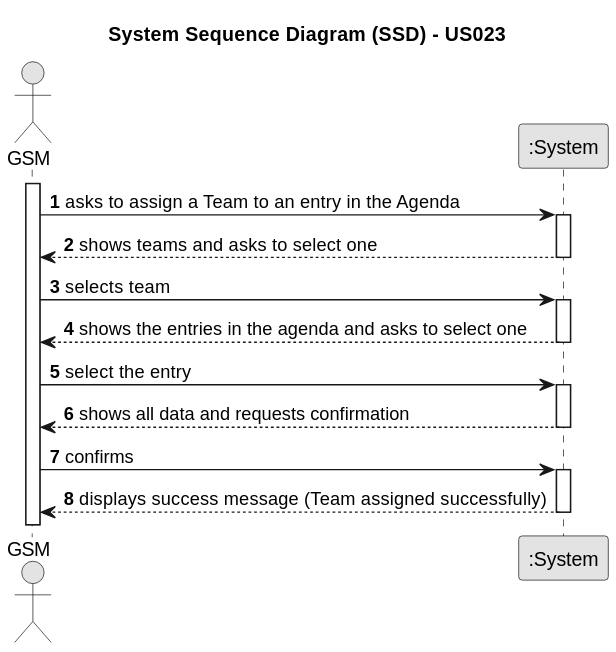
ricardomm7/leaflink keeps this PlantUML diagram as docs/sprintC/us023/01.requirements-engineering/svg/us023-system-sequence-diagram-alternative-one.svg. Above is the earlier version.
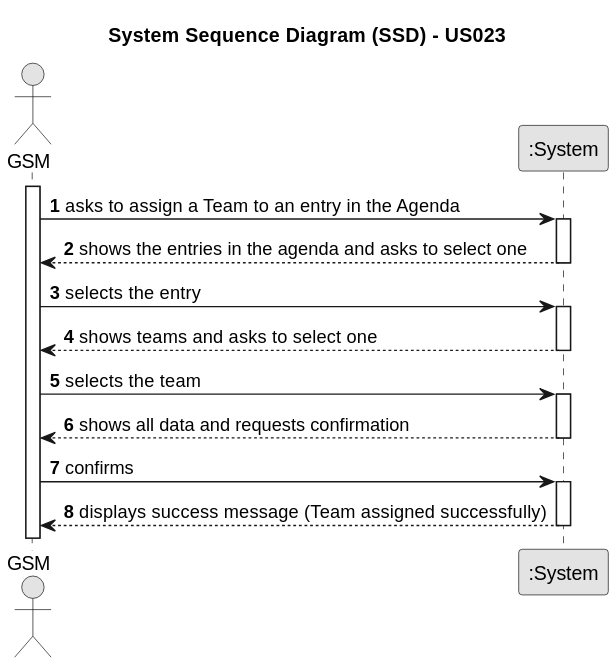
The same file after the commit.

Diff of the diagram source:
```diff
@@ -15,17 +15,18 @@
     GSM -> System : asks to assign a Team to an entry in the Agenda
     activate System
 
+        System --> GSM : shows the entries in the agenda and asks to select one
+
+    deactivate System
+
+    GSM -> System : selects the entry
+
+    activate System
+
         System --> GSM : shows teams and asks to select one
     deactivate System
 
-    GSM -> System : selects team
-
-    activate System
-
-        System --> GSM : shows the entries in the agenda and asks to select one
-    deactivate System
-
-    GSM -> System : select the entry
+    GSM -> System : selects the team
     activate System
 
         System --> GSM : shows all data and requests confirmation
```
